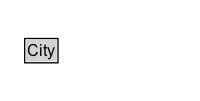
This is docs/diagrams/City.dot.png from ISO-TC204/ontology-i72-v1, a Graphviz export, as it was before one commit. Its source is kept beside it as docs/diagrams/City.dot.
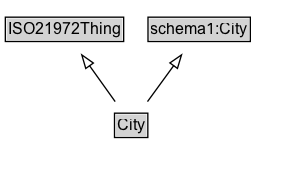
Above is the later version.

Diff of the diagram source:
```diff
@@ -3,11 +3,18 @@
 	node [fontname=Arial fontsize=12 margin=0 shape=none]
 	edge [fontname=Arial fontsize=11]
 	{
+		rank=source
+		ISO21972Thing [label=<<TABLE BORDER="1" CELLBORDER="0" CELLSPACING="0" CELLPADDING="1"><TR><TD BGCOLOR="lightgray" ALIGN="CENTER">ISO21972Thing</TD></TR></TABLE>> URL="../ISO21972Thing" margin=0]
+		schema1_City [label=<<TABLE BORDER="1" CELLBORDER="0" CELLSPACING="0" CELLPADDING="1"><TR><TD BGCOLOR="lightgray" ALIGN="CENTER">schema1:City</TD></TR></TABLE>> URL="https://w3id.org/citydata/imported/schema1/latest/City" margin=0]
+	}
+	City [label=<<TABLE BORDER="1" CELLBORDER="0" CELLSPACING="0" CELLPADDING="1"><TR><TD BGCOLOR="lightgray" ALIGN="CENTER">City</TD></TR></TABLE>> URL="../City" margin=0]
+	{
 		rank=max
-		City [label=<<TABLE BORDER="1" CELLBORDER="0" CELLSPACING="0" CELLPADDING="1"><TR><TD BGCOLOR="lightgray" ALIGN="CENTER" PORT="e">City</TD></TR></TABLE>> URL="../City.md" margin=0]
 	}
 	subgraph cluster_associated {
 		label="" style=invis
 		Invis [label=<<TABLE BORDER="0" CELLBORDER="0" CELLSPACING="0" CELLPADDING="1"><TR><TD></TD></TR></TABLE>> margin=0 style=invis]
 	}
+	City -> ISO21972Thing [arrowhead=onormal style=solid]
+	City -> schema1_City [arrowhead=onormal style=solid]
 }
```
